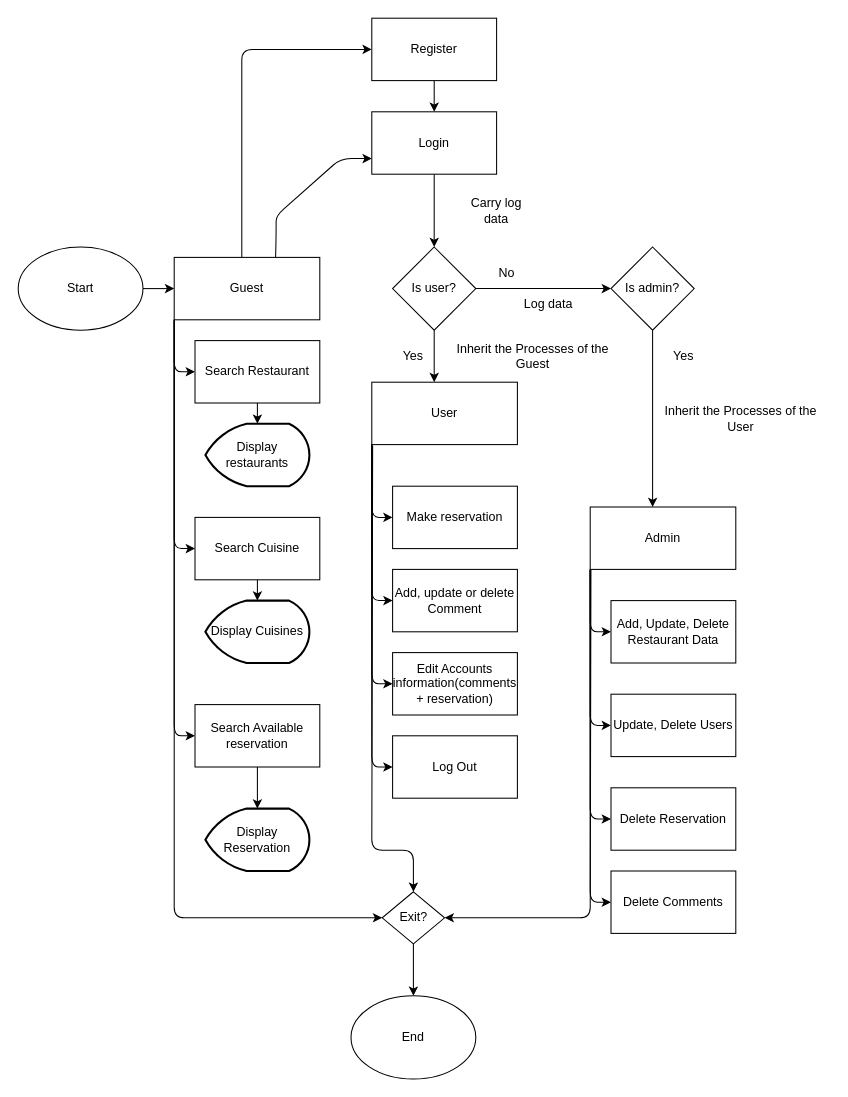
AriesJ12/Full-fledge-website-first- keeps this draw.io diagram as flow-chart.drawio. Above is the earlier version. Source tidied: cells renumbered, new cells numbered last; positions are measured from the earlier drawing's top-left corner, leaving out a move shared by most shapes. Both pictures are drawn from the tidied source at 104%, with x=0, y=0 at pixel (18, 18).
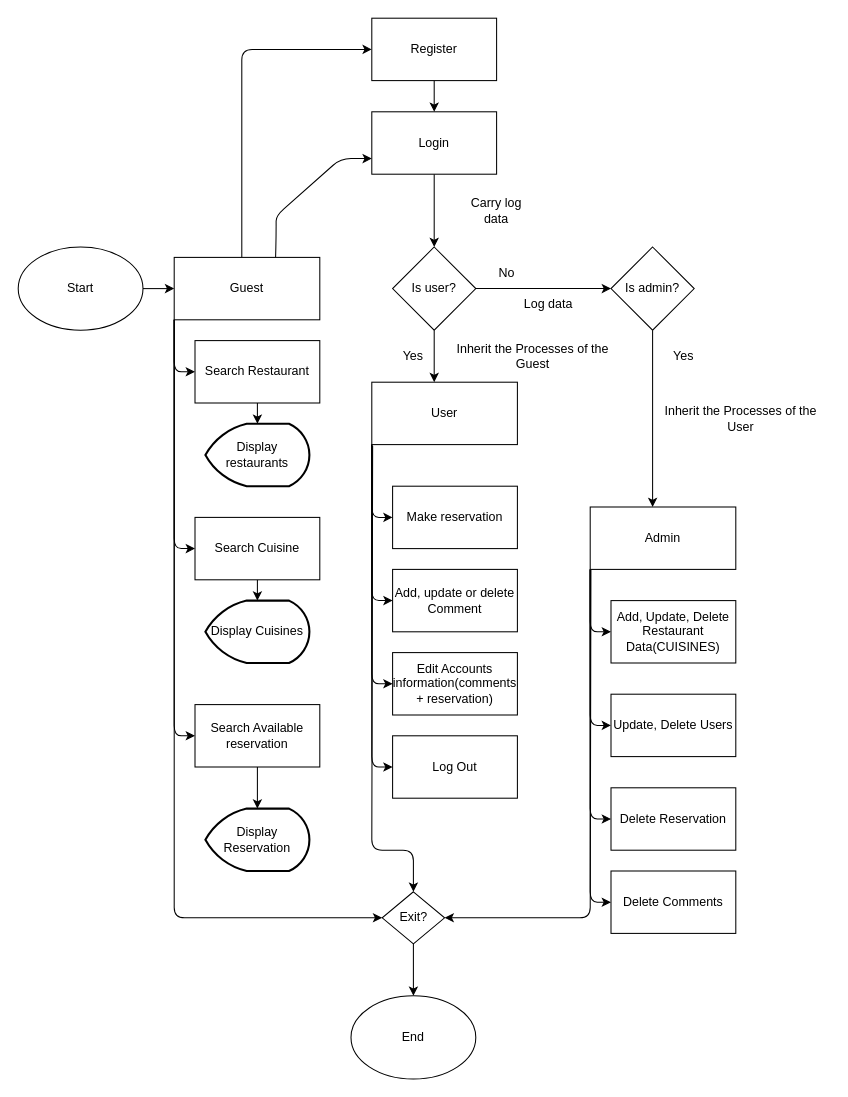
After the change.

What changed in the source:
```diff
@@
-    <mxCell id="26" value="Add, Update, Delete Restaurant Data" style="rounded=0;whiteSpace=wrap;html=1;" parent="1" vertex="1">
+    <mxCell id="26" value="Add, Update, Delete Restaurant Data(CUISINES)" style="rounded=0;whiteSpace=wrap;html=1;" parent="1" vertex="1">
       <mxGeometry x="570" y="560" width="120" height="60" as="geometry" />
     </mxCell>
```
